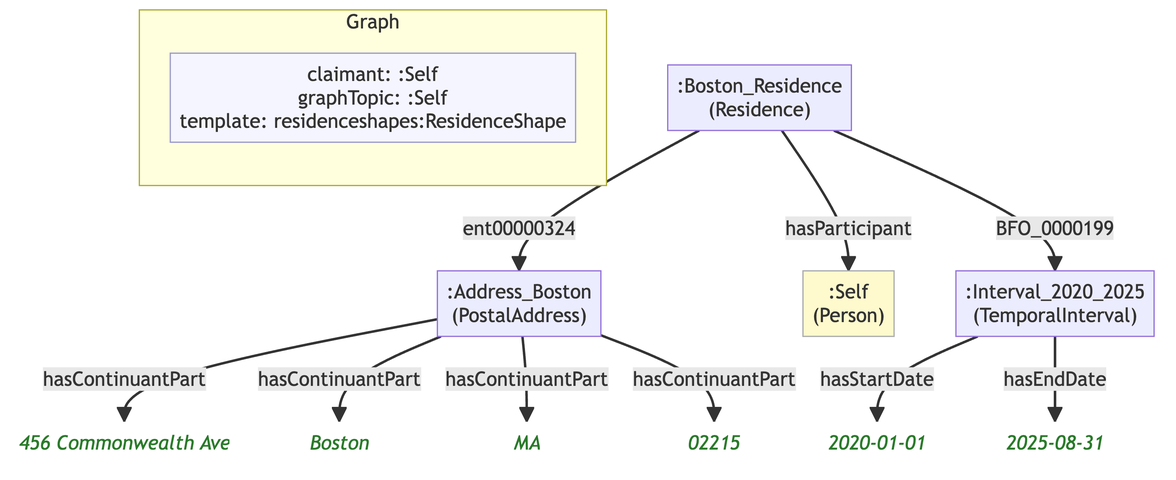
This is example/graphs/images/graph-82.png from MeeFoundation/mia-ontologies, a Mermaid export, as it was before one commit. Its source is kept beside it as example/graphs/images/graph-82.mmd.
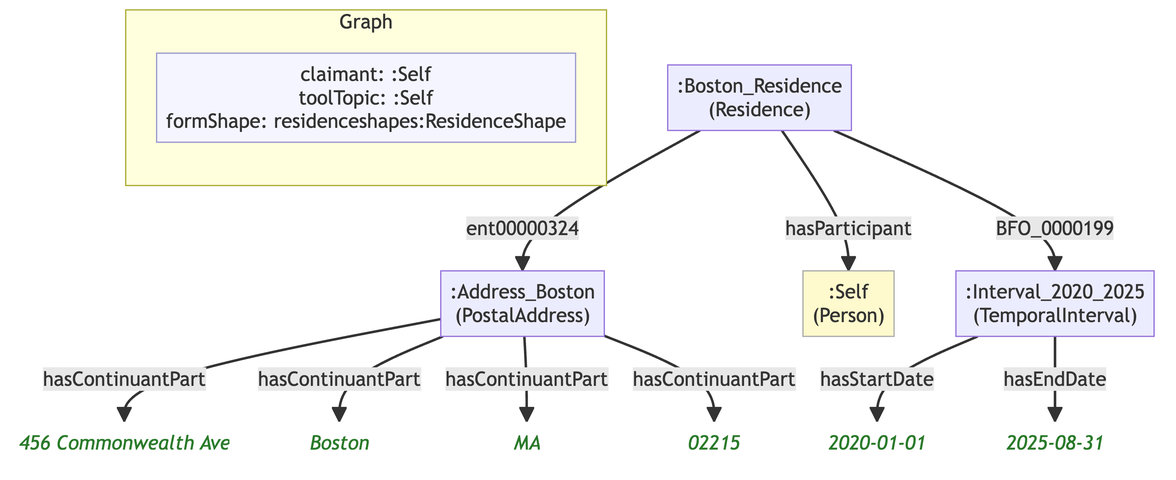
After the commit.

Diff of the diagram source:
```diff
@@ -7,26 +7,26 @@
 
     subgraph ctx["Graph"]
         direction LR
-        ctx_meta["claimant: :Self\ngraphTopic: :Self\ntemplate: residenceshapes:ResidenceShape"]:::meta
+        ctx_meta["claimant: :Self\ntoolTopic: :Self\nformShape: residenceshapes:ResidenceShape"]:::meta
     end
 
-    nc67f0317dd3d[":Address_Boston\n(PostalAddress)"]
-    na0c2b79e8f9b("456 Commonwealth Ave"):::lit
-    nbf6f97f1297d("Boston"):::lit
-    nc3bd5ca4c01a("MA"):::lit
-    ne4cec26894ef("02215"):::lit
-    n596b411b2d6f[":Boston_Residence\n(Residence)"]
-    ne0c3ba92f1db[":Self\n(Person)"]:::person
-    n712165170b98[":Interval_2020_2025\n(TemporalInterval)"]
-    na357c4eb4a16("2020-01-01"):::lit
-    nbf2895943c37("2025-08-31"):::lit
+    nc282917bad21[":Address_Boston\n(PostalAddress)"]
+    n6d6508dc9a1d("456 Commonwealth Ave"):::lit
+    nabbcf4640404("Boston"):::lit
+    nbf61d63058e8("MA"):::lit
+    nd0ef1ab0985b("02215"):::lit
+    nf7331d9360b8[":Boston_Residence\n(Residence)"]
+    n655e442e50be[":Self\n(Person)"]:::person
+    n4052c78424fa[":Interval_2020_2025\n(TemporalInterval)"]
+    n5e44f5e7f869("2020-01-01"):::lit
+    n8ea048281512("2025-08-31"):::lit
 
-    nc67f0317dd3d -->|"hasContinuantPart"| na0c2b79e8f9b
-    nc67f0317dd3d -->|"hasContinuantPart"| nbf6f97f1297d
-    nc67f0317dd3d -->|"hasContinuantPart"| nc3bd5ca4c01a
-    nc67f0317dd3d -->|"hasContinuantPart"| ne4cec26894ef
-    n596b411b2d6f -->|"hasParticipant"| ne0c3ba92f1db
-    n596b411b2d6f -->|"ent00000324"| nc67f0317dd3d
-    n596b411b2d6f -->|"BFO_0000199"| n712165170b98
-    n712165170b98 -->|"hasStartDate"| na357c4eb4a16
-    n712165170b98 -->|"hasEndDate"| nbf2895943c37
+    nc282917bad21 -->|"hasContinuantPart"| n6d6508dc9a1d
+    nc282917bad21 -->|"hasContinuantPart"| nabbcf4640404
+    nc282917bad21 -->|"hasContinuantPart"| nbf61d63058e8
+    nc282917bad21 -->|"hasContinuantPart"| nd0ef1ab0985b
+    nf7331d9360b8 -->|"hasParticipant"| n655e442e50be
+    nf7331d9360b8 -->|"ent00000324"| nc282917bad21
+    nf7331d9360b8 -->|"BFO_0000199"| n4052c78424fa
+    n4052c78424fa -->|"hasStartDate"| n5e44f5e7f869
+    n4052c78424fa -->|"hasEndDate"| n8ea048281512
```
